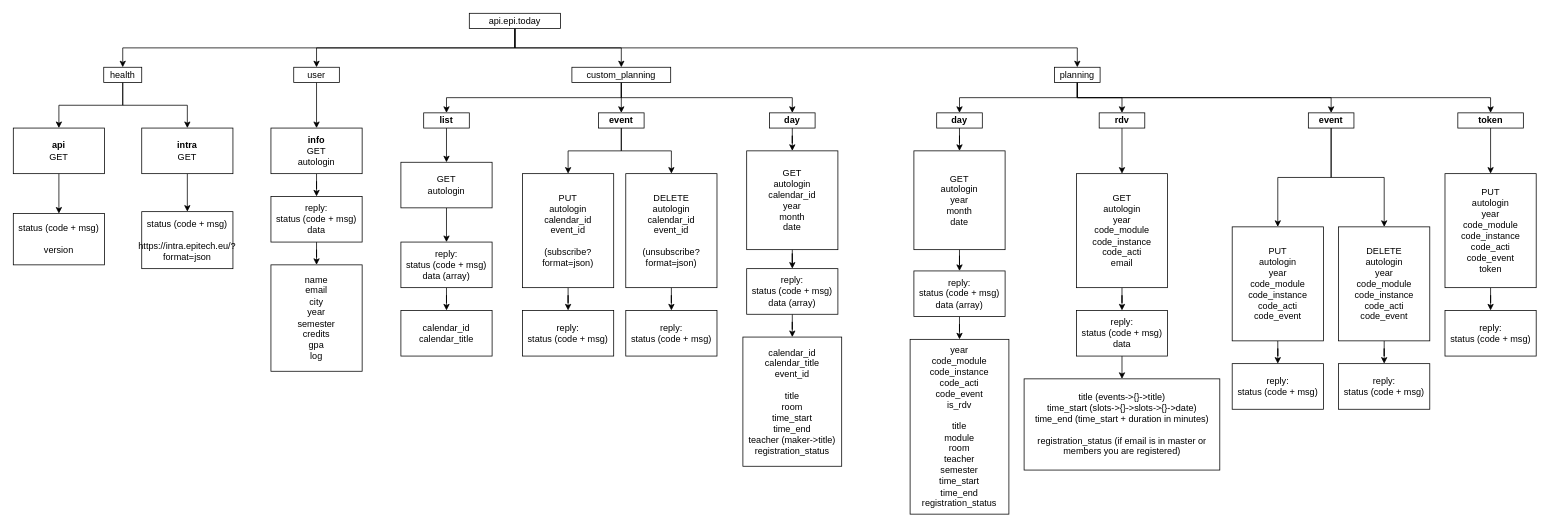
Above: doc/v1-diagram.drawio in x4m3/api.epi.today (draw.io), before the change. Source tidied: cells renumbered, new cells numbered last; positions are measured from the earlier drawing's top-left corner, leaving out a move shared by most shapes. Both pictures are drawn from the tidied source at 76%, with x=0, y=0 at pixel (13, 13).
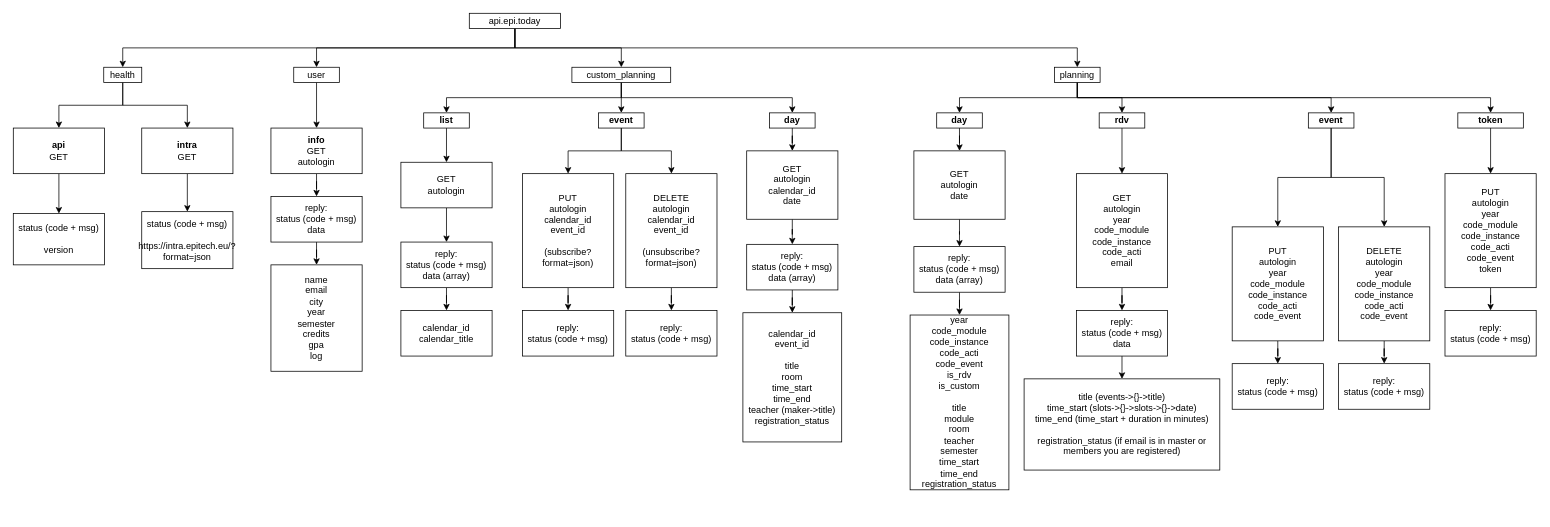
The same diagram, later.

Commit message (it also covers changes not shown here):
spec: date is in string, added is_custom for planning date

What changed in the source:
```diff
@@
-    <mxCell id="18" value="GET&lt;br&gt;autologin&lt;br&gt;year&lt;br&gt;month&lt;br&gt;date" style="rounded=0;whiteSpace=wrap;html=1;" parent="1" vertex="1">
-      <mxGeometry x="1185" y="181" width="120" height="130" as="geometry" />
+    <mxCell id="18" value="GET&lt;br&gt;autologin&lt;br&gt;date" style="rounded=0;whiteSpace=wrap;html=1;" parent="1" vertex="1">
+      <mxGeometry x="1185" y="181" width="120" height="90" as="geometry" />
     </mxCell>
@@
     <mxCell id="20" value="reply:&lt;br&gt;status (code + msg)&lt;br&gt;data (array)" style="rounded=0;whiteSpace=wrap;html=1;" parent="1" vertex="1">
-      <mxGeometry x="1185" y="339" width="120" height="60" as="geometry" />
+      <mxGeometry x="1185" y="307" width="120" height="60" as="geometry" />
     </mxCell>
-    <mxCell id="21" value="year&lt;br&gt;code_module&lt;br&gt;code_instance&lt;br&gt;code_acti&lt;br&gt;code_event&lt;br&gt;is_rdv&lt;br&gt;&lt;br&gt;title&lt;br&gt;module&lt;br&gt;room&lt;br&gt;teacher&lt;br&gt;semester&lt;br&gt;time_start&lt;br&gt;time_end&lt;br&gt;registration_status" style="rounded=0;whiteSpace=wrap;html=1;" parent="1" vertex="1">
-      <mxGeometry x="1180" y="429" width="130" height="230" as="geometry" />
+    <mxCell id="21" value="year&lt;br&gt;code_module&lt;br&gt;code_instance&lt;br&gt;code_acti&lt;br&gt;code_event&lt;br&gt;is_rdv&lt;br&gt;is_custom&lt;br&gt;&lt;br&gt;title&lt;br&gt;module&lt;br&gt;room&lt;br&gt;teacher&lt;br&gt;semester&lt;br&gt;time_start&lt;br&gt;time_end&lt;br&gt;registration_status" style="rounded=0;whiteSpace=wrap;html=1;" parent="1" vertex="1">
+      <mxGeometry x="1180" y="397" width="130" height="230" as="geometry" />
     </mxCell>
@@
-    <mxCell id="43" value="GET&lt;br&gt;autologin&lt;br&gt;calendar_id&lt;br&gt;year&lt;br&gt;month&lt;br&gt;date" style="rounded=0;whiteSpace=wrap;html=1;" parent="1" vertex="1">
-      <mxGeometry x="965" y="181" width="120" height="130" as="geometry" />
+    <mxCell id="43" value="GET&lt;br&gt;autologin&lt;br&gt;calendar_id&lt;br&gt;date" style="rounded=0;whiteSpace=wrap;html=1;" parent="1" vertex="1">
+      <mxGeometry x="965" y="181" width="120" height="90" as="geometry" />
     </mxCell>
@@
     <mxCell id="45" value="reply:&lt;br&gt;status (code + msg)&lt;br&gt;data (array)" style="rounded=0;whiteSpace=wrap;html=1;" parent="1" vertex="1">
-      <mxGeometry x="965" y="336" width="120" height="60" as="geometry" />
+      <mxGeometry x="965" y="304" width="120" height="60" as="geometry" />
     </mxCell>
@@
-    <mxCell id="50" value="calendar_id&lt;br&gt;calendar_title&lt;br&gt;event_id&lt;br&gt;&lt;br&gt;title&lt;br&gt;room&lt;br&gt;time_start&lt;br&gt;time_end&lt;br&gt;teacher (maker-&amp;gt;title)&lt;br&gt;registration_status" style="rounded=0;whiteSpace=wrap;html=1;" parent="1" vertex="1">
-      <mxGeometry x="960" y="426" width="130" height="170" as="geometry" />
+    <mxCell id="50" value="calendar_id&lt;br&gt;event_id&lt;br&gt;&lt;br&gt;title&lt;br&gt;room&lt;br&gt;time_start&lt;br&gt;time_end&lt;br&gt;teacher (maker-&amp;gt;title)&lt;br&gt;registration_status" style="rounded=0;whiteSpace=wrap;html=1;" parent="1" vertex="1">
+      <mxGeometry x="960" y="394" width="130" height="170" as="geometry" />
     </mxCell>
```
